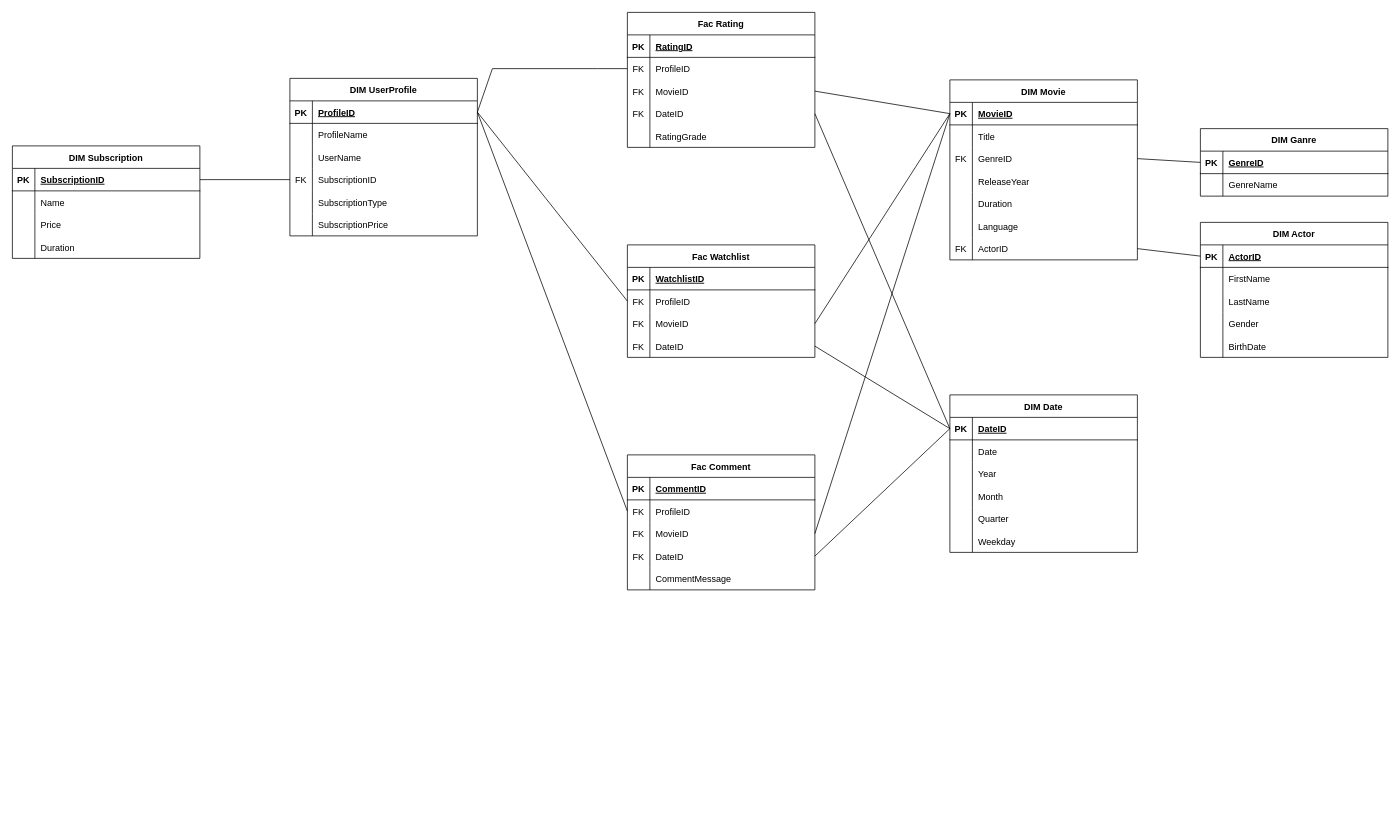
HristoBogdanov/software-modeling-and-analysis-se-pt keeps this draw.io diagram as course-work/Implementations/Netflix_2201322001_2201322002/netflix_data_warehouse_diagram.drawio. Above is the earlier version. Source tidied: cells renumbered, new cells numbered last; positions are measured from the earlier drawing's top-left corner, leaving out a move shared by most shapes. Both pictures are drawn from the tidied source at 75%, with x=0, y=0 at pixel (12, 12).
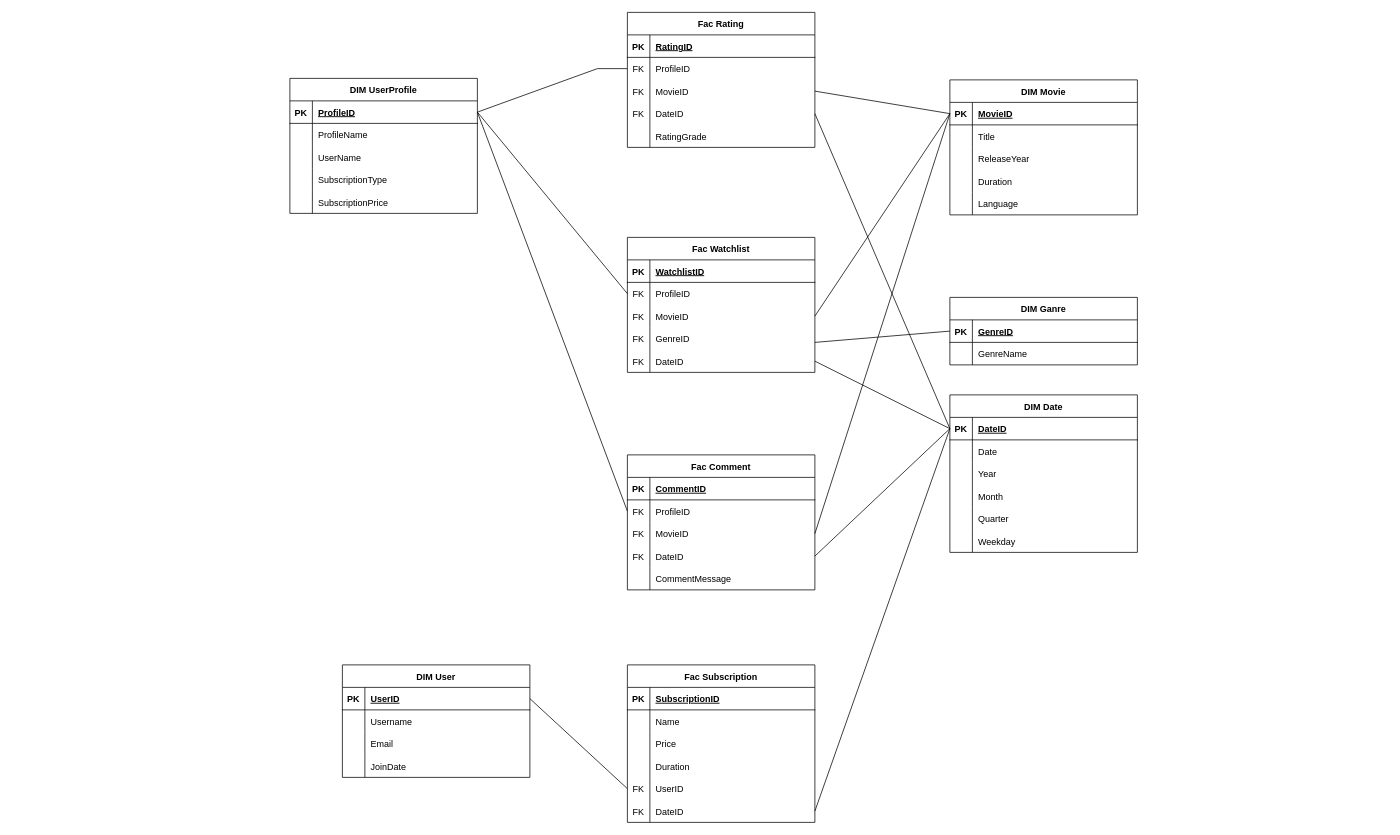
The same page after the edit.

Commit message:
update data_warehouse_diagram

Unchanged cells that the change refers to:
```xml
<mxCell id="6" style="shape=partialRectangle;fillColor=none;points=[[0,0.5],[1,0.5]];portConstraint=eastwest;top=0;left=0;right=0;bottom=0;" parent="2" vertex="1">
  <mxGeometry y="60" width="250" height="30" as="geometry" />
</mxCell>
<mxCell id="28" style="shape=tableRow;horizontal=0;startSize=0;swimlaneHead=0;swimlaneBody=0;fillColor=none;points=[[0,0.5],[1,0.5]];portConstraint=eastwest;top=0;left=0;right=0;bottom=0;" parent="18" vertex="1">
  <mxGeometry y="120" width="250" height="30" as="geometry" />
</mxCell>
<mxCell id="48" style="shape=partialRectangle;fillColor=none;points=[[0,0.5],[1,0.5]];portConstraint=eastwest;top=0;left=0;right=0;bottom=1;" parent="47" vertex="1">
  <mxGeometry y="30" width="250" height="30" as="geometry" />
</mxCell>
<mxCell id="89" style="shape=partialRectangle;fillColor=none;points=[[0,0.5],[1,0.5]];portConstraint=eastwest;top=0;left=0;right=0;bottom=1;" parent="88" vertex="1">
  <mxGeometry y="30" width="250" height="30" as="geometry" />
</mxCell>
<mxCell id="112" style="shape=partialRectangle;fillColor=none;points=[[0,0.5],[1,0.5]];portConstraint=eastwest;top=0;left=0;right=0;bottom=1;" parent="111" vertex="1">
  <mxGeometry y="30" width="250" height="30" as="geometry" />
</mxCell>
<mxCell id="131" style="shape=partialRectangle;fillColor=none;points=[[0,0.5],[1,0.5]];portConstraint=eastwest;top=0;left=0;right=0;bottom=1;" parent="130" vertex="1">
  <mxGeometry y="30" width="250" height="30" as="geometry" />
</mxCell>
```

Change to the diagram source:
```diff
@@
     <mxCell id="18" value="Fac Watchlist" style="shape=table;startSize=30;childLayout=tableLayout;rowLines=0;fontStyle=1;align=center;" parent="1" vertex="1">
-      <mxGeometry x="820" y="310" width="250" height="150" as="geometry" />
+      <mxGeometry x="820" y="300" width="250" height="180" as="geometry" />
     </mxCell>
@@
-    <mxCell id="30" value="DateID" style="shape=partialRectangle;fillColor=none;top=0;left=0;bottom=0;right=0;align=left;spacingLeft=6;overflow=hidden;" parent="28" vertex="1">
+    <mxCell id="30" value="GenreID" style="shape=partialRectangle;fillColor=none;top=0;left=0;bottom=0;right=0;align=left;spacingLeft=6;overflow=hidden;" parent="28" vertex="1">
       <mxGeometry x="30" width="220" height="30" as="geometry" />
     </mxCell>
+    <mxCell id="155" style="shape=tableRow;horizontal=0;startSize=0;swimlaneHead=0;swimlaneBody=0;fillColor=none;points=[[0,0.5],[1,0.5]];portConstraint=eastwest;top=0;left=0;right=0;bottom=0;" parent="18" vertex="1">
+      <mxGeometry y="150" width="250" height="30" as="geometry" />
+    </mxCell>
+    <mxCell id="156" value="FK" style="shape=partialRectangle;fillColor=none;top=0;left=0;bottom=0;right=0;overflow=hidden;" parent="155" vertex="1">
+      <mxGeometry width="30" height="30" as="geometry" />
+    </mxCell>
+    <mxCell id="157" value="DateID" style="shape=partialRectangle;fillColor=none;top=0;left=0;bottom=0;right=0;align=left;spacingLeft=6;overflow=hidden;" parent="155" vertex="1">
+      <mxGeometry x="30" width="220" height="30" as="geometry" />
+    </mxCell>
@@
     <mxCell id="47" value="DIM UserProfile" style="shape=table;startSize=30;childLayout=tableLayout;rowLines=0;fontStyle=1;align=center;" parent="1" vertex="1">
-      <mxGeometry x="370" y="88" width="250" height="210" as="geometry" />
+      <mxGeometry x="370" y="88" width="250" height="180" as="geometry" />
     </mxCell>
@@
-    <mxCell id="57" style="shape=tableRow;horizontal=0;startSize=0;swimlaneHead=0;swimlaneBody=0;fillColor=none;points=[[0,0.5],[1,0.5]];portConstraint=eastwest;top=0;left=0;right=0;bottom=0;" parent="47" vertex="1">
-      <mxGeometry y="120" width="250" height="30" as="geometry" />
-    </mxCell>
-    <mxCell id="58" value="FK" style="shape=partialRectangle;fillColor=none;top=0;left=0;bottom=0;right=0;overflow=hidden;" parent="57" vertex="1">
-      <mxGeometry width="30" height="30" as="geometry" />
-    </mxCell>
-    <mxCell id="59" value="SubscriptionID" style="shape=partialRectangle;fillColor=none;top=0;left=0;bottom=0;right=0;align=left;spacingLeft=6;overflow=hidden;" parent="57" vertex="1">
-      <mxGeometry x="30" width="220" height="30" as="geometry" />
-    </mxCell>
     <mxCell id="60" style="shape=tableRow;horizontal=0;startSize=0;swimlaneHead=0;swimlaneBody=0;fillColor=none;top=0;left=0;right=0;bottom=0;" parent="47" vertex="1">
-      <mxGeometry y="150" width="250" height="30" as="geometry" />
+      <mxGeometry y="120" width="250" height="30" as="geometry" />
     </mxCell>
@@
     <mxCell id="63" style="shape=tableRow;horizontal=0;startSize=0;swimlaneHead=0;swimlaneBody=0;fillColor=none;top=0;left=0;right=0;bottom=0;" parent="47" vertex="1">
-      <mxGeometry y="180" width="250" height="30" as="geometry" />
+      <mxGeometry y="150" width="250" height="30" as="geometry" />
     </mxCell>
@@
     <mxCell id="66" value="DIM Movie" style="shape=table;startSize=30;childLayout=tableLayout;rowLines=0;fontStyle=1;align=center;" parent="1" vertex="1">
-      <mxGeometry x="1250" y="90" width="250" height="240" as="geometry" />
+      <mxGeometry x="1250" y="90" width="250" height="180" as="geometry" />
     </mxCell>
@@
-    <mxCell id="73" style="shape=partialRectangle;fillColor=none;points=[[0,0.5],[1,0.5]];portConstraint=eastwest;top=0;left=0;right=0;bottom=0;" parent="66" vertex="1">
-      <mxGeometry y="90" width="250" height="30" as="geometry" />
-    </mxCell>
-    <mxCell id="74" value="FK" style="shape=partialRectangle;overflow=hidden;fillColor=none;top=0;left=0;bottom=0;right=0;" parent="73" vertex="1">
-      <mxGeometry width="30" height="30" as="geometry" />
-    </mxCell>
-    <mxCell id="75" value="GenreID" style="shape=partialRectangle;overflow=hidden;fillColor=none;top=0;left=0;bottom=0;right=0;align=left;spacingLeft=6;" parent="73" vertex="1">
-      <mxGeometry x="30" width="220" height="30" as="geometry" />
-    </mxCell>
     <mxCell id="76" style="shape=tableRow;horizontal=0;startSize=0;swimlaneHead=0;swimlaneBody=0;fillColor=none;top=0;left=0;right=0;bottom=0;" parent="66" vertex="1">
-      <mxGeometry y="120" width="250" height="30" as="geometry" />
+      <mxGeometry y="90" width="250" height="30" as="geometry" />
     </mxCell>
@@
     <mxCell id="79" style="shape=tableRow;horizontal=0;startSize=0;swimlaneHead=0;swimlaneBody=0;fillColor=none;top=0;left=0;right=0;bottom=0;" parent="66" vertex="1">
-      <mxGeometry y="150" width="250" height="30" as="geometry" />
+      <mxGeometry y="120" width="250" height="30" as="geometry" />
     </mxCell>
@@
     <mxCell id="82" style="shape=tableRow;horizontal=0;startSize=0;swimlaneHead=0;swimlaneBody=0;fillColor=none;top=0;left=0;right=0;bottom=0;" parent="66" vertex="1">
-      <mxGeometry y="180" width="250" height="30" as="geometry" />
+      <mxGeometry y="150" width="250" height="30" as="geometry" />
     </mxCell>
@@
-    <mxCell id="85" style="shape=tableRow;horizontal=0;startSize=0;swimlaneHead=0;swimlaneBody=0;fillColor=none;points=[[0,0.5],[1,0.5]];portConstraint=eastwest;top=0;left=0;right=0;bottom=0;" parent="66" vertex="1">
-      <mxGeometry y="210" width="250" height="30" as="geometry" />
-    </mxCell>
-    <mxCell id="86" value="FK" style="shape=partialRectangle;fillColor=none;top=0;left=0;bottom=0;right=0;overflow=hidden;" parent="85" vertex="1">
-      <mxGeometry width="30" height="30" as="geometry" />
-    </mxCell>
-    <mxCell id="87" value="ActorID" style="shape=partialRectangle;fillColor=none;top=0;left=0;bottom=0;right=0;align=left;spacingLeft=6;overflow=hidden;" parent="85" vertex="1">
-      <mxGeometry x="30" width="220" height="30" as="geometry" />
-    </mxCell>
     <mxCell id="88" value="DIM Ganre" style="shape=table;startSize=30;childLayout=tableLayout;rowLines=0;fontStyle=1;align=center;" parent="1" vertex="1">
-      <mxGeometry x="1584" y="155" width="250" height="90" as="geometry" />
+      <mxGeometry x="1250" y="380" width="250" height="90" as="geometry" />
     </mxCell>
@@
-    <mxCell id="95" value="DIM Actor" style="shape=table;startSize=30;childLayout=tableLayout;rowLines=0;fontStyle=1;align=center;" parent="1" vertex="1">
-      <mxGeometry x="1584" y="280" width="250" height="180" as="geometry" />
-    </mxCell>
-    <mxCell id="96" style="shape=partialRectangle;fillColor=none;points=[[0,0.5],[1,0.5]];portConstraint=eastwest;top=0;left=0;right=0;bottom=1;" parent="95" vertex="1">
-      <mxGeometry y="30" width="250" height="30" as="geometry" />
-    </mxCell>
-    <mxCell id="97" value="PK" style="shape=partialRectangle;overflow=hidden;fillColor=none;top=0;left=0;bottom=0;right=0;fontStyle=1;" parent="96" vertex="1">
-      <mxGeometry width="30" height="30" as="geometry" />
-    </mxCell>
-    <mxCell id="98" value="ActorID" style="shape=partialRectangle;overflow=hidden;fillColor=none;top=0;left=0;bottom=0;right=0;align=left;spacingLeft=6;fontStyle=5;" parent="96" vertex="1">
-      <mxGeometry x="30" width="220" height="30" as="geometry" />
-    </mxCell>
-    <mxCell id="99" style="shape=partialRectangle;fillColor=none;top=0;left=0;right=0;bottom=0;" parent="95" vertex="1">
-      <mxGeometry y="60" width="250" height="30" as="geometry" />
-    </mxCell>
-    <mxCell id="100" style="shape=partialRectangle;overflow=hidden;fillColor=none;top=0;left=0;bottom=0;right=0;" parent="99" vertex="1">
-      <mxGeometry width="30" height="30" as="geometry" />
-    </mxCell>
-    <mxCell id="101" value="FirstName" style="shape=partialRectangle;overflow=hidden;fillColor=none;top=0;left=0;bottom=0;right=0;align=left;spacingLeft=6;" parent="99" vertex="1">
-      <mxGeometry x="30" width="220" height="30" as="geometry" />
-    </mxCell>
-    <mxCell id="102" style="shape=partialRectangle;fillColor=none;top=0;left=0;right=0;bottom=0;" parent="95" vertex="1">
-      <mxGeometry y="90" width="250" height="30" as="geometry" />
-    </mxCell>
-    <mxCell id="103" style="shape=partialRectangle;overflow=hidden;fillColor=none;top=0;left=0;bottom=0;right=0;" parent="102" vertex="1">
-      <mxGeometry width="30" height="30" as="geometry" />
-    </mxCell>
-    <mxCell id="104" value="LastName" style="shape=partialRectangle;overflow=hidden;fillColor=none;top=0;left=0;bottom=0;right=0;align=left;spacingLeft=6;" parent="102" vertex="1">
-      <mxGeometry x="30" width="220" height="30" as="geometry" />
-    </mxCell>
-    <mxCell id="105" style="shape=tableRow;horizontal=0;startSize=0;swimlaneHead=0;swimlaneBody=0;fillColor=none;top=0;left=0;right=0;bottom=0;" parent="95" vertex="1">
-      <mxGeometry y="120" width="250" height="30" as="geometry" />
-    </mxCell>
-    <mxCell id="106" style="shape=partialRectangle;fillColor=none;top=0;left=0;bottom=0;right=0;overflow=hidden;" parent="105" vertex="1">
-      <mxGeometry width="30" height="30" as="geometry" />
-    </mxCell>
-    <mxCell id="107" value="Gender" style="shape=partialRectangle;fillColor=none;top=0;left=0;bottom=0;right=0;align=left;spacingLeft=6;overflow=hidden;" parent="105" vertex="1">
-      <mxGeometry x="30" width="220" height="30" as="geometry" />
-    </mxCell>
-    <mxCell id="108" style="shape=tableRow;horizontal=0;startSize=0;swimlaneHead=0;swimlaneBody=0;fillColor=none;top=0;left=0;right=0;bottom=0;" parent="95" vertex="1">
-      <mxGeometry y="150" width="250" height="30" as="geometry" />
-    </mxCell>
-    <mxCell id="109" style="shape=partialRectangle;fillColor=none;top=0;left=0;bottom=0;right=0;overflow=hidden;" parent="108" vertex="1">
-      <mxGeometry width="30" height="30" as="geometry" />
-    </mxCell>
-    <mxCell id="110" value="BirthDate" style="shape=partialRectangle;fillColor=none;top=0;left=0;bottom=0;right=0;align=left;spacingLeft=6;overflow=hidden;" parent="108" vertex="1">
-      <mxGeometry x="30" width="220" height="30" as="geometry" />
-    </mxCell>
@@
-    <mxCell id="130" value="DIM Subscription" style="shape=table;startSize=30;childLayout=tableLayout;rowLines=0;fontStyle=1;align=center;" parent="1" vertex="1">
-      <mxGeometry y="178" width="250" height="150" as="geometry" />
+    <mxCell id="130" value="Fac Subscription" style="shape=table;startSize=30;childLayout=tableLayout;rowLines=0;fontStyle=1;align=center;" parent="1" vertex="1">
+      <mxGeometry x="820" y="870" width="250" height="210" as="geometry" />
     </mxCell>
@@
+    <mxCell id="158" style="shape=tableRow;horizontal=0;startSize=0;swimlaneHead=0;swimlaneBody=0;fillColor=none;points=[[0,0.5],[1,0.5]];portConstraint=eastwest;top=0;left=0;right=0;bottom=0;" parent="130" vertex="1">
+      <mxGeometry y="150" width="250" height="30" as="geometry" />
+    </mxCell>
+    <mxCell id="159" value="FK" style="shape=partialRectangle;fillColor=none;top=0;left=0;bottom=0;right=0;overflow=hidden;" parent="158" vertex="1">
+      <mxGeometry width="30" height="30" as="geometry" />
+    </mxCell>
+    <mxCell id="160" value="UserID" style="shape=partialRectangle;fillColor=none;top=0;left=0;bottom=0;right=0;align=left;spacingLeft=6;overflow=hidden;" parent="158" vertex="1">
+      <mxGeometry x="30" width="220" height="30" as="geometry" />
+    </mxCell>
+    <mxCell id="161" style="shape=tableRow;horizontal=0;startSize=0;swimlaneHead=0;swimlaneBody=0;fillColor=none;points=[[0,0.5],[1,0.5]];portConstraint=eastwest;top=0;left=0;right=0;bottom=0;" parent="130" vertex="1">
+      <mxGeometry y="180" width="250" height="30" as="geometry" />
+    </mxCell>
+    <mxCell id="162" value="FK" style="shape=partialRectangle;fillColor=none;top=0;left=0;bottom=0;right=0;overflow=hidden;" parent="161" vertex="1">
+      <mxGeometry width="30" height="30" as="geometry" />
+    </mxCell>
+    <mxCell id="163" value="DateID" style="shape=partialRectangle;fillColor=none;top=0;left=0;bottom=0;right=0;align=left;spacingLeft=6;overflow=hidden;" parent="161" vertex="1">
+      <mxGeometry x="30" width="220" height="30" as="geometry" />
+    </mxCell>
     <mxCell id="143" style="endArrow=none;html=1;rounded=0;exitX=1;exitY=0.5;exitDx=0;exitDy=0;entryX=0;entryY=0.5;entryDx=0;entryDy=0;" parent="1" edge="1" source="48" target="6">
       <mxGeometry relative="1" as="geometry">
         <Array as="points">
-          <mxPoint x="640" y="75" />
           <mxPoint x="780" y="75" />
         </Array>
       </mxGeometry>
     </mxCell>
-    <mxCell id="144" style="endArrow=none;html=1;rounded=0;exitX=1;exitY=0.5;exitDx=0;exitDy=0;entryX=0;entryY=0.5;entryDx=0;entryDy=0;" parent="1" edge="1" source="131" target="57">
-      <mxGeometry relative="1" as="geometry" />
-    </mxCell>
@@
-    <mxCell id="147" style="endArrow=none;html=1;rounded=0;entryX=0;entryY=0.5;entryDx=0;entryDy=0;exitX=1;exitY=0.5;exitDx=0;exitDy=0;" parent="1" edge="1" source="73" target="89">
-      <mxGeometry relative="1" as="geometry" />
-    </mxCell>
-    <mxCell id="148" style="endArrow=none;html=1;rounded=0;entryX=0;entryY=0.5;entryDx=0;entryDy=0;exitX=1;exitY=0.5;exitDx=0;exitDy=0;" parent="1" edge="1" source="85" target="96">
-      <mxGeometry relative="1" as="geometry" />
-    </mxCell>
@@
-    <mxCell id="153" style="endArrow=none;html=1;rounded=0;exitX=1;exitY=0.5;exitDx=0;exitDy=0;entryX=0;entryY=0.5;entryDx=0;entryDy=0;" parent="1" edge="1" source="28" target="112">
+    <mxCell id="153" style="endArrow=none;html=1;rounded=0;exitX=1;exitY=0.5;exitDx=0;exitDy=0;entryX=0;entryY=0.5;entryDx=0;entryDy=0;" parent="1" edge="1" source="155" target="112">
       <mxGeometry relative="1" as="geometry" />
     </mxCell>
@@
+    <mxCell id="164" style="endArrow=none;html=1;rounded=0;exitX=0;exitY=0.5;exitDx=0;exitDy=0;" parent="1" edge="1" source="89">
+      <mxGeometry relative="1" as="geometry">
+        <mxPoint x="1070" y="440" as="targetPoint" />
+      </mxGeometry>
+    </mxCell>
+    <mxCell id="165" value="DIM User" style="shape=table;startSize=30;childLayout=tableLayout;rowLines=0;fontStyle=1;align=center;" parent="1" vertex="1">
+      <mxGeometry x="440" y="870" width="250" height="150" as="geometry" />
+    </mxCell>
+    <mxCell id="96" style="shape=partialRectangle;fillColor=none;points=[[0,0.5],[1,0.5]];portConstraint=eastwest;top=0;left=0;right=0;bottom=1;" parent="165" vertex="1">
+      <mxGeometry y="30" width="250" height="30" as="geometry" />
+    </mxCell>
+    <mxCell id="97" value="PK" style="shape=partialRectangle;overflow=hidden;fillColor=none;top=0;left=0;bottom=0;right=0;fontStyle=1;" parent="96" vertex="1">
+      <mxGeometry width="30" height="30" as="geometry" />
+    </mxCell>
+    <mxCell id="166" value="UserID" style="shape=partialRectangle;overflow=hidden;fillColor=none;top=0;left=0;bottom=0;right=0;align=left;spacingLeft=6;fontStyle=5;" parent="96" vertex="1">
+      <mxGeometry x="30" width="220" height="30" as="geometry" />
+    </mxCell>
+    <mxCell id="99" style="shape=partialRectangle;fillColor=none;top=0;left=0;right=0;bottom=0;" parent="165" vertex="1">
+      <mxGeometry y="60" width="250" height="30" as="geometry" />
+    </mxCell>
+    <mxCell id="167" style="shape=partialRectangle;overflow=hidden;fillColor=none;top=0;left=0;bottom=0;right=0;" parent="99" vertex="1">
+      <mxGeometry width="30" height="30" as="geometry" />
+    </mxCell>
+    <mxCell id="168" value="Username" style="shape=partialRectangle;overflow=hidden;fillColor=none;top=0;left=0;bottom=0;right=0;align=left;spacingLeft=6;" parent="99" vertex="1">
+      <mxGeometry x="30" width="220" height="30" as="geometry" />
+    </mxCell>
+    <mxCell id="169" style="shape=tableRow;horizontal=0;startSize=0;swimlaneHead=0;swimlaneBody=0;fillColor=none;top=0;left=0;right=0;bottom=0;" parent="165" vertex="1">
+      <mxGeometry y="90" width="250" height="30" as="geometry" />
+    </mxCell>
+    <mxCell id="170" style="shape=partialRectangle;fillColor=none;top=0;left=0;bottom=0;right=0;overflow=hidden;" parent="169" vertex="1">
+      <mxGeometry width="30" height="30" as="geometry" />
+    </mxCell>
+    <mxCell id="171" value="Email" style="shape=partialRectangle;fillColor=none;top=0;left=0;bottom=0;right=0;align=left;spacingLeft=6;overflow=hidden;" parent="169" vertex="1">
+      <mxGeometry x="30" width="220" height="30" as="geometry" />
+    </mxCell>
+    <mxCell id="172" style="shape=tableRow;horizontal=0;startSize=0;swimlaneHead=0;swimlaneBody=0;fillColor=none;top=0;left=0;right=0;bottom=0;" parent="165" vertex="1">
+      <mxGeometry y="120" width="250" height="30" as="geometry" />
+    </mxCell>
+    <mxCell id="173" style="shape=partialRectangle;fillColor=none;top=0;left=0;bottom=0;right=0;overflow=hidden;" parent="172" vertex="1">
+      <mxGeometry width="30" height="30" as="geometry" />
+    </mxCell>
+    <mxCell id="174" value="JoinDate" style="shape=partialRectangle;fillColor=none;top=0;left=0;bottom=0;right=0;align=left;spacingLeft=6;overflow=hidden;" parent="172" vertex="1">
+      <mxGeometry x="30" width="220" height="30" as="geometry" />
+    </mxCell>
+    <mxCell id="175" style="endArrow=none;html=1;rounded=0;entryX=0;entryY=0.5;entryDx=0;entryDy=0;exitX=1;exitY=0.5;exitDx=0;exitDy=0;" parent="1" edge="1" source="96" target="158">
+      <mxGeometry relative="1" as="geometry" />
+    </mxCell>
+    <mxCell id="176" style="endArrow=none;html=1;rounded=0;exitX=1;exitY=0.5;exitDx=0;exitDy=0;entryX=0;entryY=0.5;entryDx=0;entryDy=0;" parent="1" edge="1" source="161" target="112">
+      <mxGeometry relative="1" as="geometry" />
+    </mxCell>
```
